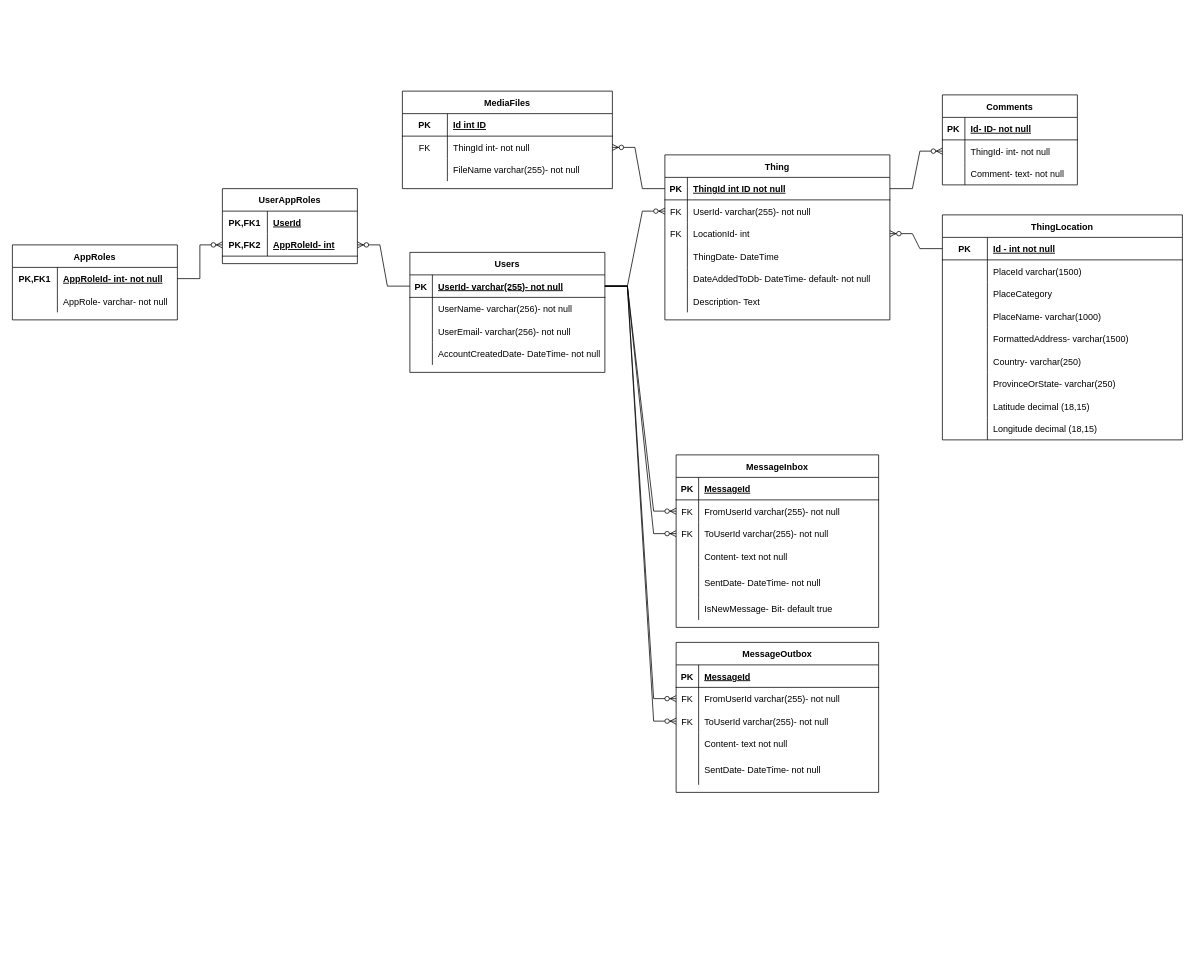
The draw.io diagram IAmTraveling/IAmTraveling-ERD.drawio in Corytb/RepositoryOfCory, before the edit. Source tidied: cells renumbered, new cells numbered last; positions are measured from the earlier drawing's top-left corner, leaving out a move shared by most shapes. Both pictures are drawn from the tidied source at 75%, with x=0, y=0 at pixel (12, 91).
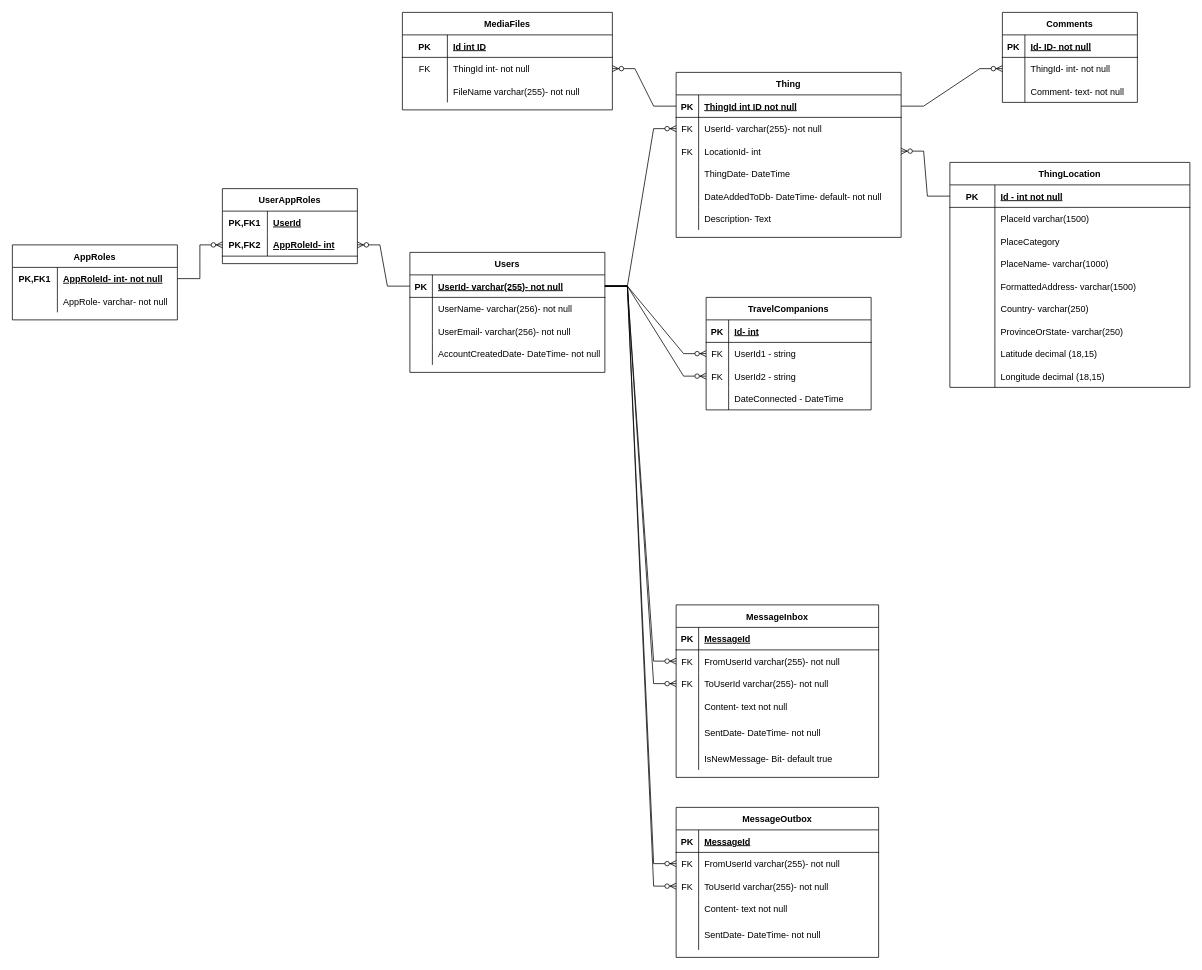
The same diagram, later.

The change refers to these unchanged cells:
```xml
<mxCell id="33" style="shape=tableRow;horizontal=0;startSize=0;swimlaneHead=0;swimlaneBody=0;fillColor=none;points=[[0,0.5],[1,0.5]];portConstraint=eastwest;top=0;left=0;right=0;bottom=1;" parent="32" vertex="1">
  <mxGeometry y="30" width="260" height="30" as="geometry" />
</mxCell>
```

The edit, as a diff of the source:
```diff
@@
     <mxCell id="2" value="Thing" style="shape=table;startSize=30;childLayout=tableLayout;rowLines=0;fontStyle=1;align=center;" parent="1" vertex="1">
-      <mxGeometry x="870" y="85" width="300" height="220" as="geometry" />
+      <mxGeometry x="885" y="-25" width="300" height="220" as="geometry" />
     </mxCell>
@@
     <mxCell id="21" value="MediaFiles" style="shape=table;startSize=30;childLayout=tableLayout;rowLines=0;fontStyle=1;align=center;" parent="1" vertex="1">
-      <mxGeometry x="520" width="280" height="130" as="geometry" />
+      <mxGeometry x="520" y="-105" width="280" height="130" as="geometry" />
     </mxCell>
@@
     <mxCell id="61" value="MessageInbox" style="shape=table;startSize=30;childLayout=tableLayout;rowLines=0;fontStyle=1;align=center;" parent="1" vertex="1">
-      <mxGeometry x="885" y="485" width="270" height="230" as="geometry" />
+      <mxGeometry x="885" y="685" width="270" height="230" as="geometry" />
     </mxCell>
@@
     <mxCell id="82" value="MessageOutbox" style="shape=table;startSize=30;childLayout=tableLayout;rowLines=0;fontStyle=1;align=center;" parent="1" vertex="1">
-      <mxGeometry x="885" y="735" width="270" height="200" as="geometry" />
+      <mxGeometry x="885" y="955" width="270" height="200" as="geometry" />
     </mxCell>
@@
     <mxCell id="101" value="ThingLocation" style="shape=table;startSize=30;childLayout=tableLayout;rowLines=0;fontStyle=1;align=center;" parent="1" vertex="1">
-      <mxGeometry x="1240" y="165" width="320" height="300" as="geometry" />
+      <mxGeometry x="1250" y="95" width="320" height="300" as="geometry" />
     </mxCell>
@@
     <mxCell id="130" value="Comments" style="shape=table;startSize=30;childLayout=tableLayout;rowLines=0;fontStyle=1;align=center;" parent="1" vertex="1">
-      <mxGeometry x="1240" y="5" width="180" height="120" as="geometry" />
+      <mxGeometry x="1320" y="-105" width="180" height="120" as="geometry" />
     </mxCell>
@@
+    <mxCell id="141" value="TravelCompanions" style="shape=table;startSize=30;childLayout=tableLayout;rowLines=0;fontStyle=1;align=center;" parent="1" vertex="1">
+      <mxGeometry x="925" y="275" width="220" height="150" as="geometry" />
+    </mxCell>
+    <mxCell id="142" style="shape=tableRow;horizontal=0;startSize=0;swimlaneHead=0;swimlaneBody=0;fillColor=none;top=0;left=0;right=0;bottom=1;" parent="141" vertex="1">
+      <mxGeometry y="30" width="220" height="30" as="geometry" />
+    </mxCell>
+    <mxCell id="143" value="PK" style="shape=partialRectangle;fillColor=none;top=0;left=0;bottom=0;right=0;fontStyle=1;overflow=hidden;" parent="142" vertex="1">
+      <mxGeometry width="30" height="30" as="geometry" />
+    </mxCell>
+    <mxCell id="144" value="Id- int" style="shape=partialRectangle;fillColor=none;top=0;left=0;bottom=0;right=0;align=left;spacingLeft=6;fontStyle=5;overflow=hidden;" parent="142" vertex="1">
+      <mxGeometry x="30" width="190" height="30" as="geometry" />
+    </mxCell>
+    <mxCell id="145" style="shape=tableRow;horizontal=0;startSize=0;swimlaneHead=0;swimlaneBody=0;fillColor=none;points=[[0,0.5],[1,0.5]];portConstraint=eastwest;top=0;left=0;right=0;bottom=0;" parent="141" vertex="1">
+      <mxGeometry y="60" width="220" height="30" as="geometry" />
+    </mxCell>
+    <mxCell id="146" value="FK" style="shape=partialRectangle;fillColor=none;top=0;left=0;bottom=0;right=0;overflow=hidden;" parent="145" vertex="1">
+      <mxGeometry width="30" height="30" as="geometry" />
+    </mxCell>
+    <mxCell id="147" value="UserId1 - string" style="shape=partialRectangle;fillColor=none;top=0;left=0;bottom=0;right=0;align=left;spacingLeft=6;overflow=hidden;" parent="145" vertex="1">
+      <mxGeometry x="30" width="190" height="30" as="geometry" />
+    </mxCell>
+    <mxCell id="148" style="shape=tableRow;horizontal=0;startSize=0;swimlaneHead=0;swimlaneBody=0;fillColor=none;points=[[0,0.5],[1,0.5]];portConstraint=eastwest;top=0;left=0;right=0;bottom=0;" parent="141" vertex="1">
+      <mxGeometry y="90" width="220" height="30" as="geometry" />
+    </mxCell>
+    <mxCell id="149" value="FK" style="shape=partialRectangle;fillColor=none;top=0;left=0;bottom=0;right=0;overflow=hidden;" parent="148" vertex="1">
+      <mxGeometry width="30" height="30" as="geometry" />
+    </mxCell>
+    <mxCell id="150" value="UserId2 - string" style="shape=partialRectangle;fillColor=none;top=0;left=0;bottom=0;right=0;align=left;spacingLeft=6;overflow=hidden;" parent="148" vertex="1">
+      <mxGeometry x="30" width="190" height="30" as="geometry" />
+    </mxCell>
+    <mxCell id="151" style="shape=tableRow;horizontal=0;startSize=0;swimlaneHead=0;swimlaneBody=0;fillColor=none;top=0;left=0;right=0;bottom=0;" parent="141" vertex="1">
+      <mxGeometry y="120" width="220" height="30" as="geometry" />
+    </mxCell>
+    <mxCell id="152" style="shape=partialRectangle;fillColor=none;top=0;left=0;bottom=0;right=0;overflow=hidden;" parent="151" vertex="1">
+      <mxGeometry width="30" height="30" as="geometry" />
+    </mxCell>
+    <mxCell id="153" value="DateConnected - DateTime" style="shape=partialRectangle;fillColor=none;top=0;left=0;bottom=0;right=0;align=left;spacingLeft=6;overflow=hidden;" parent="151" vertex="1">
+      <mxGeometry x="30" width="190" height="30" as="geometry" />
+    </mxCell>
+    <mxCell id="154" style="edgeStyle=entityRelationEdgeStyle;fontSize=12;html=1;endArrow=ERzeroToMany;endFill=1;rounded=0;exitX=1;exitY=0.5;exitDx=0;exitDy=0;entryX=0;entryY=0.5;entryDx=0;entryDy=0;" parent="1" edge="1" source="33" target="145">
+      <mxGeometry relative="1" as="geometry" />
+    </mxCell>
+    <mxCell id="155" style="edgeStyle=entityRelationEdgeStyle;fontSize=12;html=1;endArrow=ERzeroToMany;endFill=1;rounded=0;exitX=1;exitY=0.5;exitDx=0;exitDy=0;entryX=0;entryY=0.5;entryDx=0;entryDy=0;" parent="1" edge="1" source="33" target="148">
+      <mxGeometry relative="1" as="geometry" />
+    </mxCell>
```
